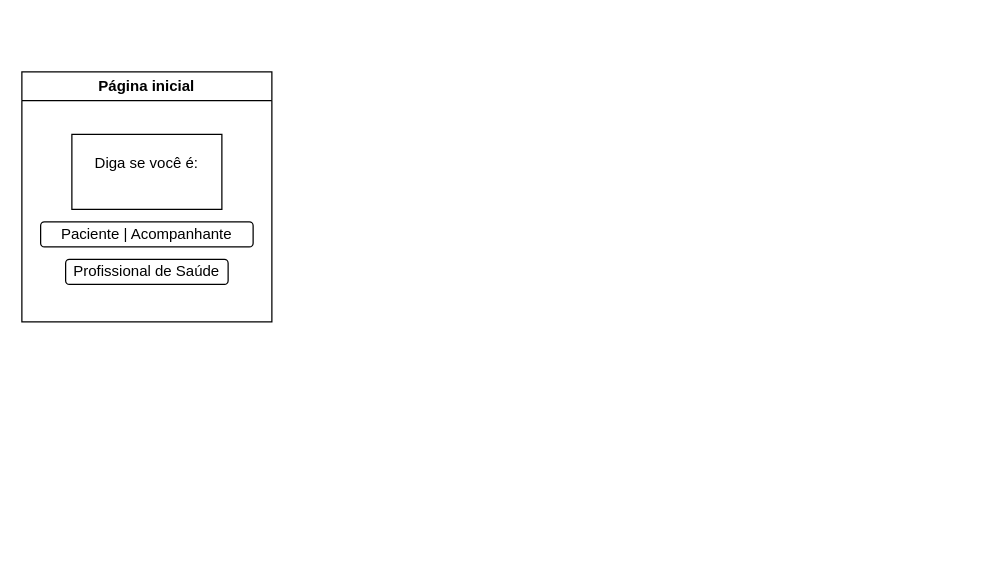
Angelohiukky/roadmap keeps this draw.io diagram as página inicial.drawio. Above is the earlier version. Source tidied: cells renumbered, new cells numbered last; positions are measured from the earlier drawing's top-left corner, leaving out a move shared by most shapes. Both pictures are drawn from the tidied source at 125%, with x=0, y=0 at pixel (21, 71).
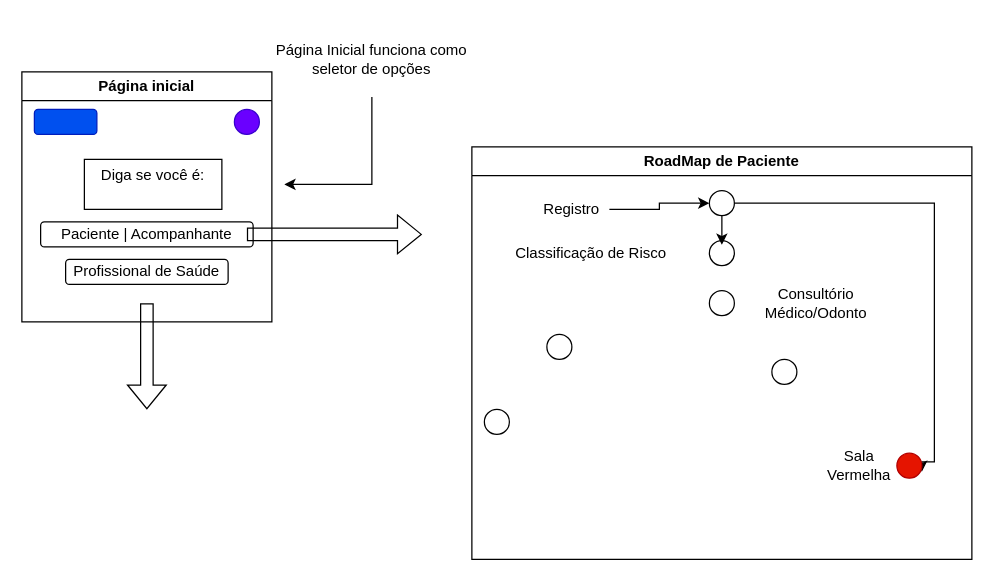
Above is the later version.

Unchanged cells that the change refers to:
```xml
<mxCell id="2" value="Página inicial" style="swimlane;whiteSpace=wrap;html=1;" parent="1" vertex="1">
  <mxGeometry width="200" height="200" as="geometry" />
</mxCell>
```

The edit, as a diff of the source:
```diff
@@
-<mxGraphModel>
+<mxGraphModel background="#ffffff">
@@
     <mxCell id="3" value="Diga se você é:&lt;div&gt;&lt;br&gt;&lt;/div&gt;" style="rounded=0;whiteSpace=wrap;html=1;" parent="2" vertex="1">
-      <mxGeometry x="40" y="50" width="120" height="60" as="geometry" />
+      <mxGeometry x="50" y="70" width="110" height="40" as="geometry" />
     </mxCell>
@@
+    <mxCell id="6" style="shape=flexArrow;endArrow=classic;html=1;rounded=0;" parent="2" edge="1">
+      <mxGeometry relative="1" as="geometry">
+        <mxPoint x="100" y="185" as="sourcePoint" />
+        <mxPoint x="100" y="270" as="targetPoint" />
+      </mxGeometry>
+    </mxCell>
+    <mxCell id="7" style="ellipse;whiteSpace=wrap;html=1;fillColor=#6a00ff;fontColor=#ffffff;strokeColor=#3700CC;" parent="2" vertex="1">
+      <mxGeometry x="170" y="30" width="20" height="20" as="geometry" />
+    </mxCell>
+    <mxCell id="8" style="rounded=1;whiteSpace=wrap;html=1;fillColor=#0050ef;fontColor=#ffffff;strokeColor=#001DBC;" parent="2" vertex="1">
+      <mxGeometry x="10" y="30" width="50" height="20" as="geometry" />
+    </mxCell>
+    <mxCell id="9" style="shape=flexArrow;endArrow=classic;html=1;rounded=0;" parent="1" edge="1">
+      <mxGeometry relative="1" as="geometry">
+        <mxPoint x="180" y="130" as="sourcePoint" />
+        <mxPoint x="320" y="130" as="targetPoint" />
+      </mxGeometry>
+    </mxCell>
+    <mxCell id="10" value="Página Inicial funciona como seletor de opções" style="text;strokeColor=none;align=center;fillColor=none;html=1;verticalAlign=middle;whiteSpace=wrap;rounded=0;" parent="1" vertex="1">
+      <mxGeometry x="200" y="-40" width="160" height="60" as="geometry" />
+    </mxCell>
+    <mxCell id="11" style="endArrow=classic;html=1;rounded=0;" parent="1" edge="1" source="10">
+      <mxGeometry relative="1" as="geometry">
+        <mxPoint x="210" y="90" as="targetPoint" />
+        <Array as="points">
+          <mxPoint x="280" y="90" />
+        </Array>
+      </mxGeometry>
+    </mxCell>
+    <mxCell id="12" value="RoadMap de Paciente" style="swimlane;whiteSpace=wrap;html=1;" parent="1" vertex="1">
+      <mxGeometry x="360" y="60" width="400" height="330" as="geometry" />
+    </mxCell>
+    <mxCell id="13" style="edgeStyle=orthogonalEdgeStyle;rounded=0;jettySize=auto;html=1;exitX=1;exitY=0.5;exitDx=0;exitDy=0;" parent="12" edge="1" source="14">
+      <mxGeometry relative="1" as="geometry">
+        <mxPoint x="360" y="260" as="targetPoint" />
+        <Array as="points">
+          <mxPoint x="370" y="45" />
+          <mxPoint x="370" y="252" />
+        </Array>
+      </mxGeometry>
+    </mxCell>
+    <mxCell id="14" style="ellipse;whiteSpace=wrap;html=1;" parent="12" vertex="1">
+      <mxGeometry x="190" y="35" width="20" height="20" as="geometry" />
+    </mxCell>
+    <mxCell id="15" style="ellipse;whiteSpace=wrap;html=1;" parent="12" vertex="1">
+      <mxGeometry x="190" y="75" width="20" height="20" as="geometry" />
+    </mxCell>
+    <mxCell id="16" style="ellipse;whiteSpace=wrap;html=1;" parent="12" vertex="1">
+      <mxGeometry x="190" y="115" width="20" height="20" as="geometry" />
+    </mxCell>
+    <mxCell id="17" style="ellipse;whiteSpace=wrap;html=1;" parent="12" vertex="1">
+      <mxGeometry x="60" y="150" width="20" height="20" as="geometry" />
+    </mxCell>
+    <mxCell id="18" style="ellipse;whiteSpace=wrap;html=1;" parent="12" vertex="1">
+      <mxGeometry x="240" y="170" width="20" height="20" as="geometry" />
+    </mxCell>
+    <mxCell id="19" style="ellipse;whiteSpace=wrap;html=1;" parent="12" vertex="1">
+      <mxGeometry x="10" y="210" width="20" height="20" as="geometry" />
+    </mxCell>
+    <mxCell id="20" style="edgeStyle=orthogonalEdgeStyle;rounded=0;jettySize=auto;html=1;entryX=0;entryY=0.5;entryDx=0;entryDy=0;" parent="12" edge="1" source="21" target="14">
+      <mxGeometry relative="1" as="geometry" />
+    </mxCell>
+    <mxCell id="21" value="Registro" style="text;html=1;align=center;verticalAlign=middle;whiteSpace=wrap;rounded=0;" parent="12" vertex="1">
+      <mxGeometry x="50" y="35" width="60" height="30" as="geometry" />
+    </mxCell>
+    <mxCell id="22" style="edgeStyle=orthogonalEdgeStyle;rounded=0;jettySize=auto;html=1;exitX=0.5;exitY=1;exitDx=0;exitDy=0;entryX=0.5;entryY=0.167;entryDx=0;entryDy=0;entryPerimeter=0;" parent="12" edge="1" source="14" target="15">
+      <mxGeometry relative="1" as="geometry" />
+    </mxCell>
+    <mxCell id="23" style="ellipse;whiteSpace=wrap;html=1;fillColor=#e51400;strokeColor=#B20000;fontColor=#ffffff;" parent="12" vertex="1">
+      <mxGeometry x="340" y="245" width="20" height="20" as="geometry" />
+    </mxCell>
+    <mxCell id="24" value="Sala Vermelha" style="text;html=1;align=center;verticalAlign=middle;whiteSpace=wrap;rounded=0;" parent="12" vertex="1">
+      <mxGeometry x="280" y="240" width="60" height="30" as="geometry" />
+    </mxCell>
+    <mxCell id="25" value="Classificação de Risco" style="text;html=1;align=center;verticalAlign=middle;strokeColor=none;fillColor=none;" parent="12" vertex="1">
+      <mxGeometry x="20" y="70" width="150" height="30" as="geometry" />
+    </mxCell>
+    <mxCell id="26" value="Consultório&lt;div&gt;Médico/Odonto&lt;/div&gt;" style="text;html=1;align=center;verticalAlign=middle;strokeColor=none;fillColor=none;" parent="12" vertex="1">
+      <mxGeometry x="220" y="105" width="110" height="40" as="geometry" />
+    </mxCell>
```
